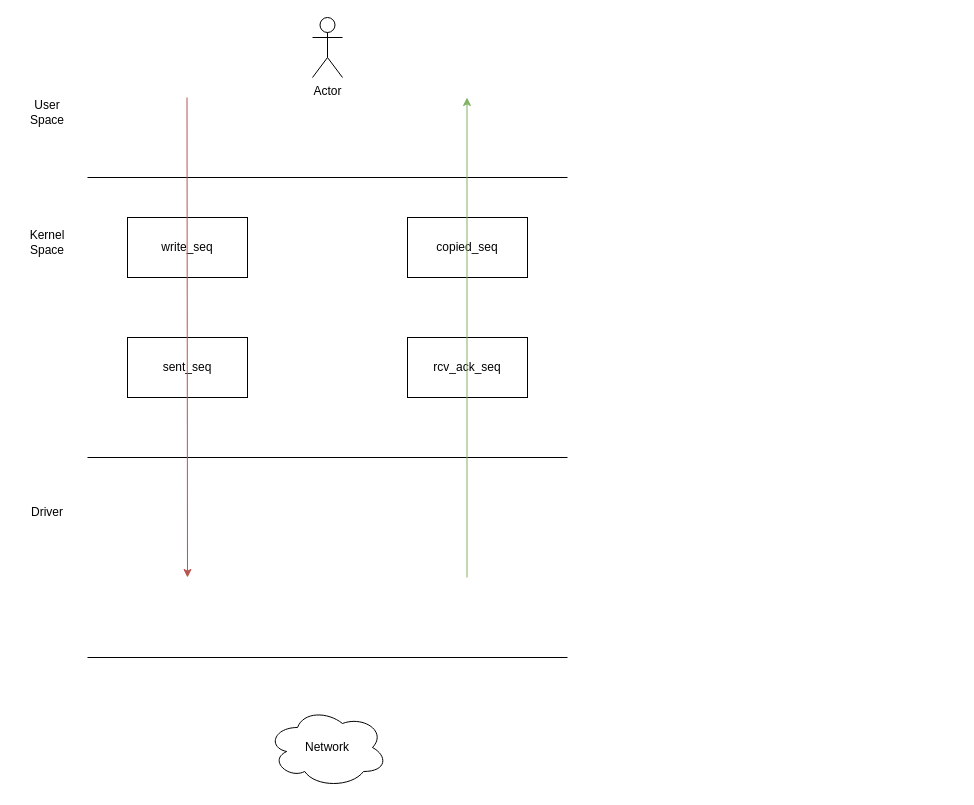
Before: Untitled Diagram.drawio in 2lalei/some_graphs, a draw.io diagram. Source tidied: cells renumbered, new cells numbered last; positions are measured from the earlier drawing's top-left corner, leaving out a move shared by most shapes. Both pictures are drawn from the tidied source at 100%, with x=0, y=0 at pixel (17, 17).
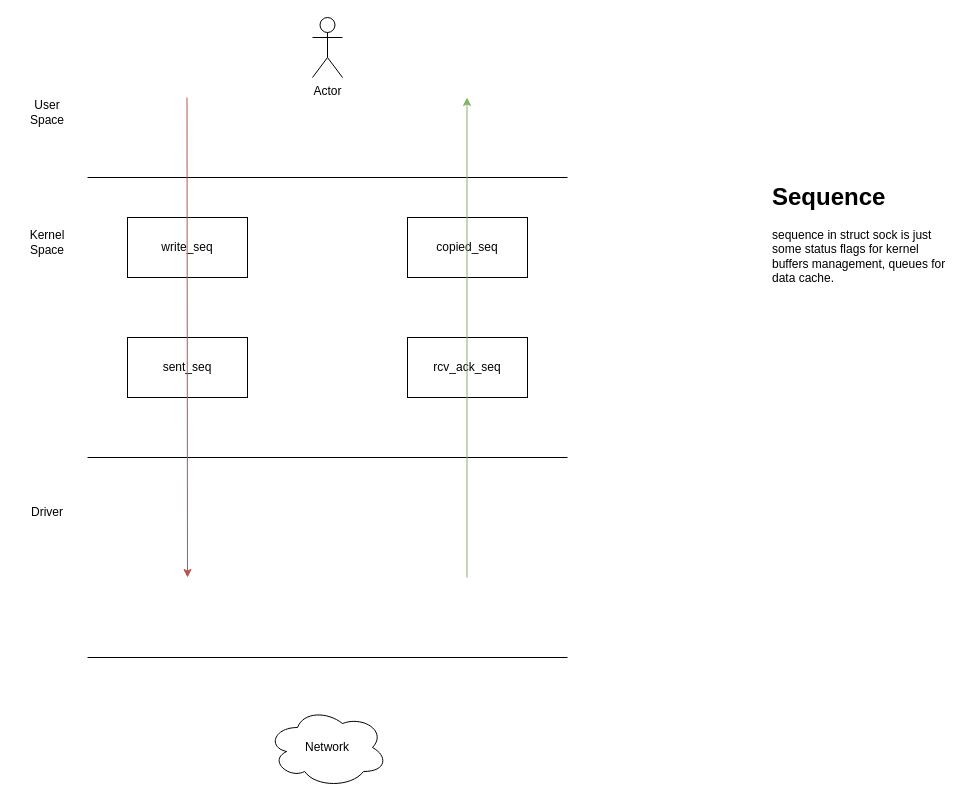
Above is the later version.

Change to the diagram source:
```diff
@@
+    <mxCell id="16" value="&lt;h1&gt;Sequence&lt;br&gt;&lt;/h1&gt;sequence in struct sock is just some status flags for kernel buffers management, queues for data cache." style="text;html=1;strokeColor=none;fillColor=none;spacing=5;spacingTop=-20;whiteSpace=wrap;overflow=hidden;rounded=0;" parent="1" vertex="1">
+      <mxGeometry x="750" y="160" width="190" height="120" as="geometry" />
+    </mxCell>
```
